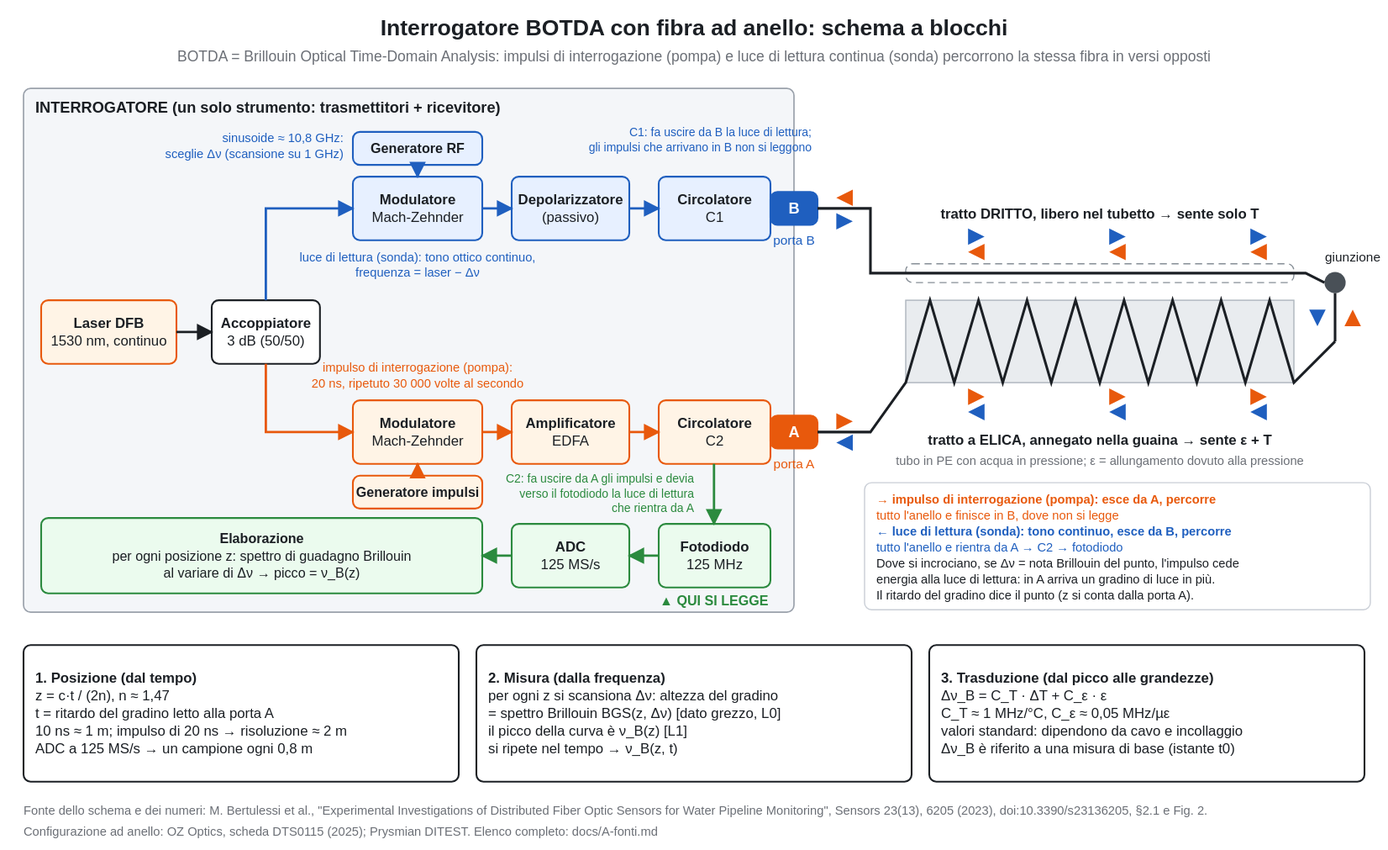
The draw.io diagram docs/img/dfos-interrogatore.drawio.svg in fabriziogiuliano/WaterFiberSim, before a commit. Source tidied: cells renumbered, new cells last; positions are measured from the earlier drawing's top-left corner, leaving out a move shared by most shapes.
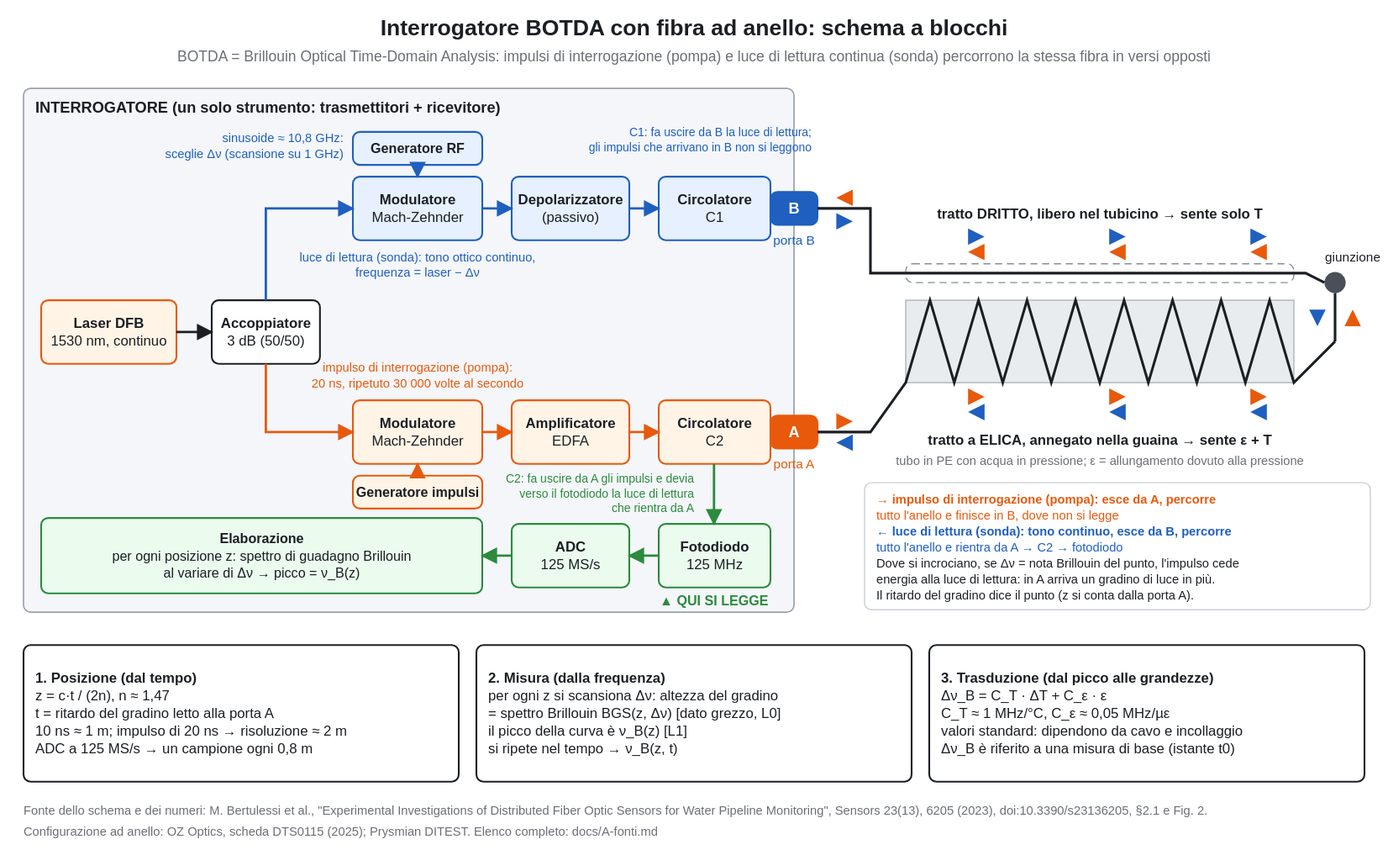
The same diagram one commit later.

Change to the diagram source:
```diff
@@ -271,7 +271,7 @@
     <mxCell id="65" style="triangle;direction=south;fillColor=#1f5fbf;strokeColor=none;" parent="1" vertex="1">
       <mxGeometry x="1093" y="252" width="14" height="14" as="geometry" />
     </mxCell>
-    <mxCell id="66" value="&lt;b&gt;tratto DRITTO, libero nel tubetto  →  sente solo T&lt;/b&gt;" style="text;html=1;fontFamily=Helvetica;spacing=0;align=center;verticalAlign=top;fontSize=12;fontColor=#1b1f24;whiteSpace=wrap;" parent="1" vertex="1">
+    <mxCell id="66" value="&lt;b&gt;tratto DRITTO, libero nel tubicino  →  sente solo T&lt;/b&gt;" style="text;html=1;fontFamily=Helvetica;spacing=0;align=center;verticalAlign=top;fontSize=12;fontColor=#1b1f24;whiteSpace=wrap;" parent="1" vertex="1">
       <mxGeometry x="705" y="163" width="420" height="21" as="geometry" />
     </mxCell>
     <mxCell id="67" value="&lt;b&gt;tratto a ELICA, annegato nella guaina  →  sente ε + T&lt;/b&gt;" style="text;html=1;fontFamily=Helvetica;spacing=0;align=center;verticalAlign=top;fontSize=12;fontColor=#1b1f24;whiteSpace=wrap;" parent="1" vertex="1">
```
